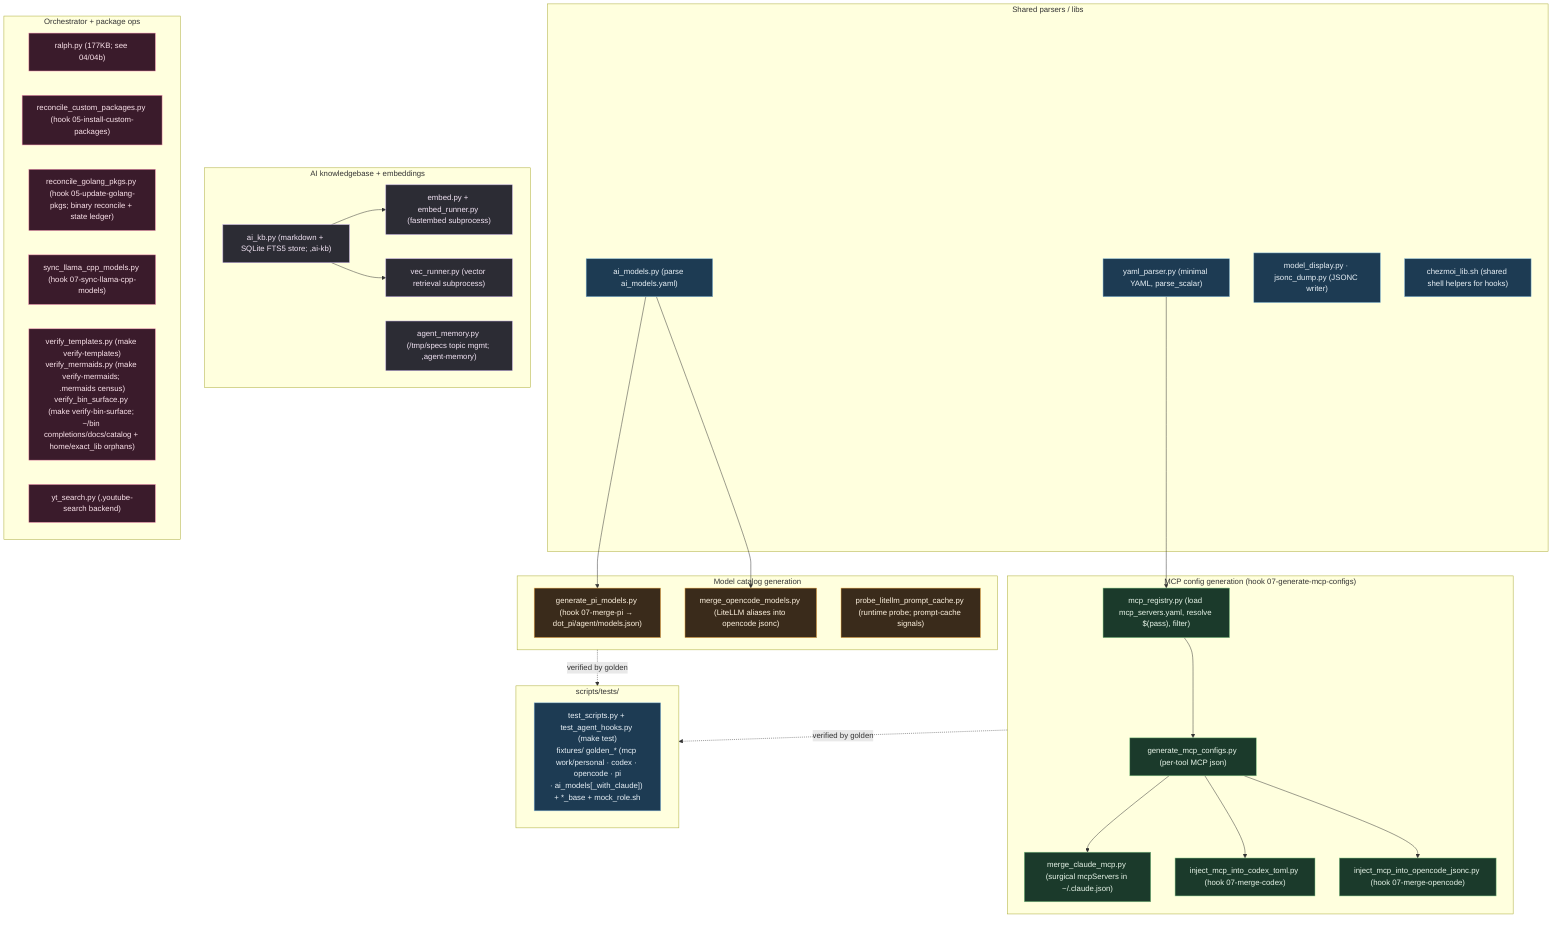
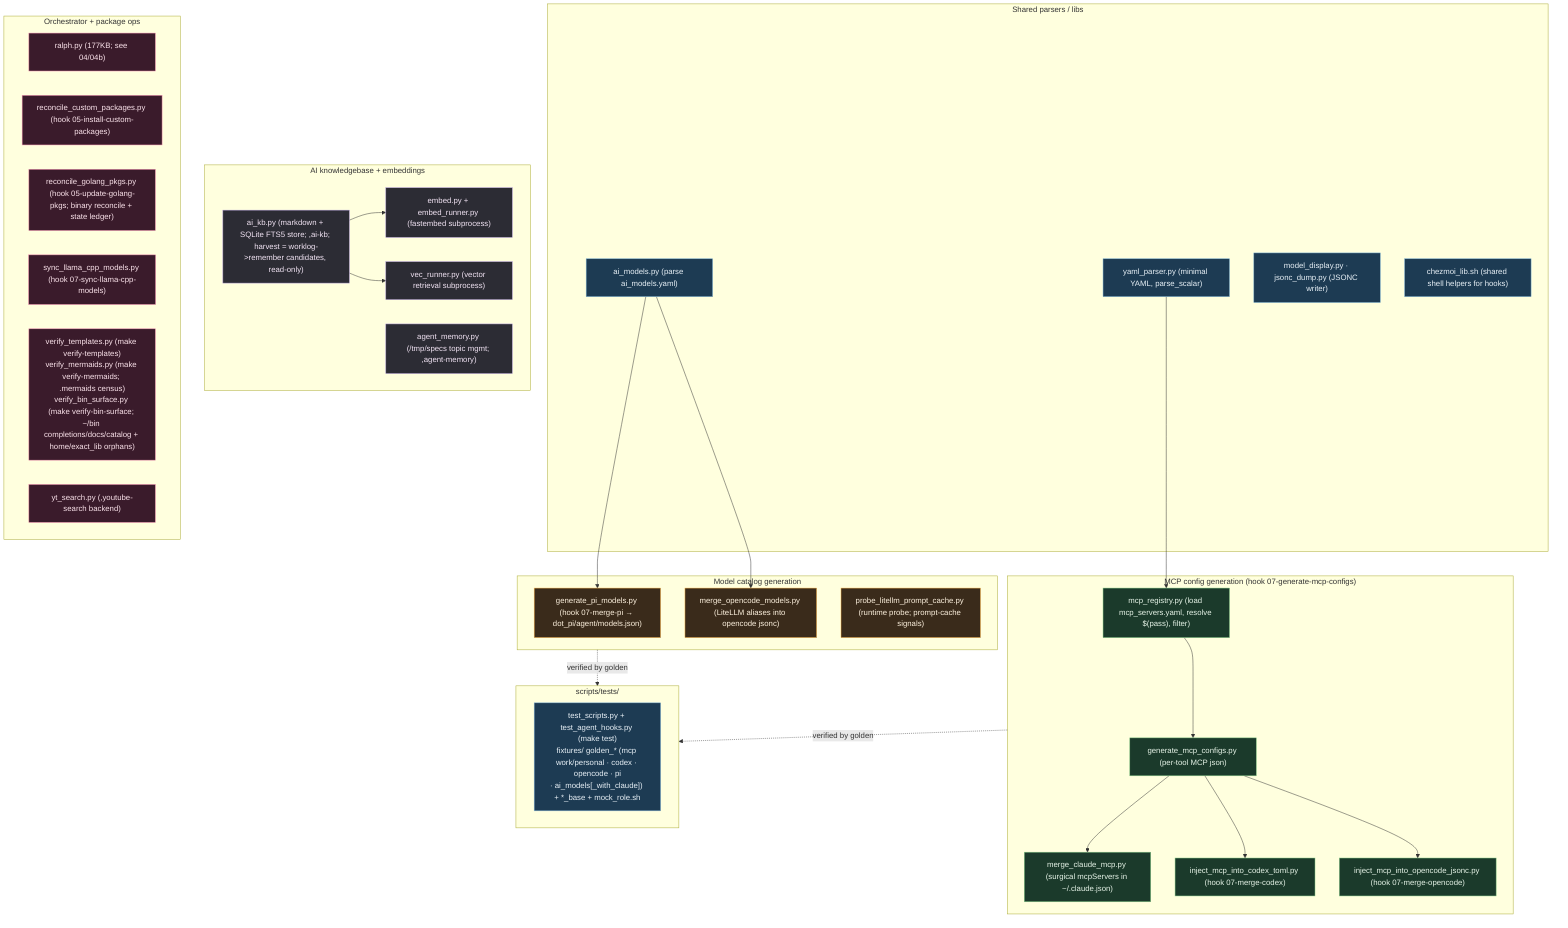
%% ============================================================================
%% 11-scripts-helpers.mmd — Every file in scripts/ (63). Repo-side Python
%% (stdlib only, no PyYAML) called by chezmoi 07-* hooks + ,bin commands.
%% Grouped by consumer. Shared parsers feed the generators/mergers.
%% ============================================================================
flowchart TB
    classDef shared fill:#1d3b53,stroke:#7fb3d5,color:#eaf2f8;
    classDef mcp fill:#1b3a2b,stroke:#81c784,color:#e8f5e9;
    classDef model fill:#3a2b1b,stroke:#ffb74d,color:#fff3e0;
    classDef ai fill:#2c2c34,stroke:#b39ddb,color:#f3e5f5;
    classDef misc fill:#3a1b2b,stroke:#f48fb1,color:#fce4ec;

    subgraph SHARED["Shared parsers / libs"]
        YP["yaml_parser.py (minimal YAML, parse_scalar)"]:::shared
        AM["ai_models.py (parse ai_models.yaml)"]:::shared
        MD["model_display.py · jsonc_dump.py (JSONC writer)"]:::shared
        CL["chezmoi_lib.sh (shared shell helpers for hooks)"]:::shared
    end

    subgraph MCPGEN["MCP config generation (hook 07-generate-mcp-configs)"]
        MR["mcp_registry.py (load mcp_servers.yaml, resolve $(pass), filter)"]:::mcp
        GMC["generate_mcp_configs.py (per-tool MCP json)"]:::mcp
        MCM["merge_claude_mcp.py (surgical mcpServers in ~/.claude.json)"]:::mcp
        ICT["inject_mcp_into_codex_toml.py (hook 07-merge-codex)"]:::mcp
        IOJ["inject_mcp_into_opencode_jsonc.py (hook 07-merge-opencode)"]:::mcp
    end
    YP --> MR --> GMC --> MCM & ICT & IOJ

    subgraph MODELGEN["Model catalog generation"]
        GPM["generate_pi_models.py (hook 07-merge-pi → dot_pi/agent/models.json)"]:::model
        MOM["merge_opencode_models.py (LiteLLM aliases into opencode jsonc)"]:::model
        PLP["probe_litellm_prompt_cache.py (runtime probe; prompt-cache signals)"]:::model
    end
    AM --> GPM & MOM

    subgraph AIKB["AI knowledgebase + embeddings"]
-         KB["ai_kb.py (markdown + SQLite FTS5 store; ,ai-kb)"]:::ai
+         KB["ai_kb.py (markdown + SQLite FTS5 store; ,ai-kb; harvest = worklog->remember candidates, read-only)"]:::ai
        EMB["embed.py + embed_runner.py (fastembed subprocess)"]:::ai
        VEC["vec_runner.py (vector retrieval subprocess)"]:::ai
        AGM["agent_memory.py (/tmp/specs topic mgmt; ,agent-memory)"]:::ai
    end
    KB --> EMB & VEC

    subgraph ORCH["Orchestrator + package ops"]
        RALPH["ralph.py (177KB; see 04/04b)"]:::misc
        RCP["reconcile_custom_packages.py (hook 05-install-custom-packages)"]:::misc
        RGP["reconcile_golang_pkgs.py (hook 05-update-golang-pkgs; binary reconcile + state ledger)"]:::misc
        SLC["sync_llama_cpp_models.py (hook 07-sync-llama-cpp-models)"]:::misc
        VT["verify_templates.py (make verify-templates)<br/>verify_mermaids.py (make verify-mermaids; .mermaids census)<br/>verify_bin_surface.py (make verify-bin-surface; ~/bin completions/docs/catalog + home/exact_lib orphans)"]:::misc
        YT["yt_search.py (,youtube-search backend)"]:::misc
    end

    subgraph TESTS["scripts/tests/"]
        T["test_scripts.py + test_agent_hooks.py (make test)<br/>fixtures/ golden_* (mcp work/personal · codex · opencode · pi<br/>· ai_models[_with_claude]) + *_base + mock_role.sh"]:::shared
    end
    MCPGEN -.verified by golden.-> TESTS
    MODELGEN -.verified by golden.-> TESTS
